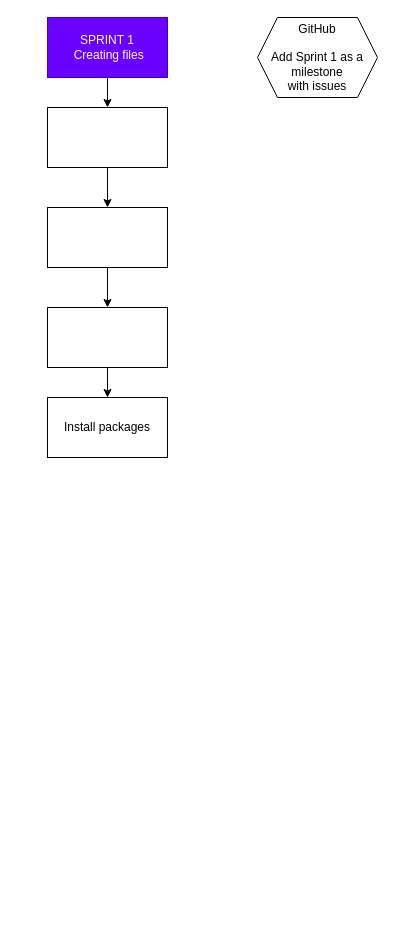
Above: sprint1.drawio in SchoolOfCode/socs-front-end-wipit (draw.io), before the change. Source tidied: cells renumbered, new cells numbered last; positions are measured from the earlier drawing's top-left corner, leaving out a move shared by most shapes. Both pictures are drawn from the tidied source at 100%, with x=0, y=0 at pixel (47, 17).
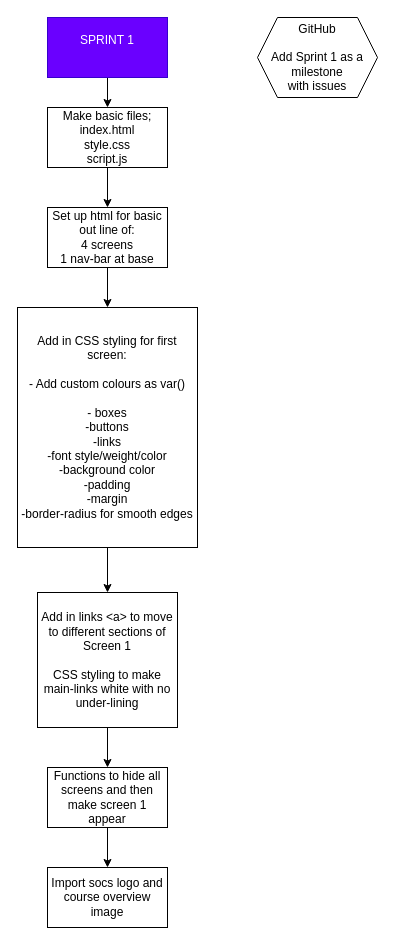
Above is the later version.

Diff of the diagram source:
```diff
@@
 <mxGraphModel>
   <root>
     <mxCell id="0" />
     <mxCell id="1" parent="0" />
     <mxCell id="2" style="edgeStyle=none;html=1;" parent="1" edge="1" source="3" target="5">
       <mxGeometry relative="1" as="geometry" />
     </mxCell>
-    <mxCell id="3" value="SPRINT 1&lt;br&gt;&amp;nbsp;Creating files" style="rounded=0;whiteSpace=wrap;html=1;fillColor=#6a00ff;fontColor=#ffffff;strokeColor=#3700CC;" parent="1" vertex="1">
+    <mxCell id="3" value="SPRINT 1&lt;br&gt;&amp;nbsp;" style="rounded=0;whiteSpace=wrap;html=1;fillColor=#6a00ff;fontColor=#ffffff;strokeColor=#3700CC;" parent="1" vertex="1">
       <mxGeometry width="120" height="60" as="geometry" />
     </mxCell>
     <mxCell id="4" style="edgeStyle=none;html=1;entryX=0.5;entryY=0;entryDx=0;entryDy=0;" parent="1" edge="1" source="5" target="7">
       <mxGeometry relative="1" as="geometry" />
     </mxCell>
-    <mxCell id="5" style="rounded=0;whiteSpace=wrap;html=1;" parent="1" vertex="1">
+    <mxCell id="5" value="Make basic files;&lt;br&gt;index.html&lt;br&gt;style.css&lt;br&gt;script.js" style="rounded=0;whiteSpace=wrap;html=1;" parent="1" vertex="1">
       <mxGeometry y="90" width="120" height="60" as="geometry" />
     </mxCell>
     <mxCell id="6" style="edgeStyle=none;html=1;" parent="1" edge="1" source="7" target="9">
       <mxGeometry relative="1" as="geometry" />
     </mxCell>
-    <mxCell id="7" style="rounded=0;whiteSpace=wrap;html=1;" parent="1" vertex="1">
+    <mxCell id="7" value="Set up html for basic out line of:&lt;br&gt;4 screens&lt;br&gt;1 nav-bar at base" style="rounded=0;whiteSpace=wrap;html=1;" parent="1" vertex="1">
       <mxGeometry y="190" width="120" height="60" as="geometry" />
     </mxCell>
-    <mxCell id="8" style="edgeStyle=none;html=1;" parent="1" edge="1" source="9" target="11">
-      <mxGeometry relative="1" as="geometry" />
+    <mxCell id="8" style="edgeStyle=none;html=1;" parent="1" edge="1" source="9">
+      <mxGeometry relative="1" as="geometry">
+        <mxPoint x="65" y="420" as="targetPoint" />
+      </mxGeometry>
     </mxCell>
+    <mxCell id="12" style="edgeStyle=none;html=1;" parent="1" edge="1" source="9" target="14">
+      <mxGeometry relative="1" as="geometry" />
+    </mxCell>
-    <mxCell id="9" style="whiteSpace=wrap;html=1;rounded=0;" parent="1" vertex="1">
-      <mxGeometry y="290" width="120" height="60" as="geometry" />
+    <mxCell id="9" value="Add in CSS styling for first screen:&lt;br&gt;&lt;br&gt;- Add custom colours as var()&lt;br&gt;&lt;br&gt;- boxes&lt;br&gt;-buttons&lt;br&gt;-links&lt;br&gt;-font style/weight/color&lt;br&gt;-background color&lt;br&gt;-padding&lt;br&gt;-margin&lt;br&gt;-border-radius for smooth edges" style="whiteSpace=wrap;html=1;rounded=0;" parent="1" vertex="1">
+      <mxGeometry x="-30" y="290" width="180" height="240" as="geometry" />
     </mxCell>
     <mxCell id="10" value="GitHub&lt;br&gt;&lt;br&gt;Add Sprint 1 as a milestone&lt;br&gt;with issues" style="shape=hexagon;perimeter=hexagonPerimeter2;whiteSpace=wrap;html=1;fixedSize=1;" parent="1" vertex="1">
       <mxGeometry x="210" width="120" height="80" as="geometry" />
     </mxCell>
-    <mxCell id="11" value="Install packages" style="rounded=0;whiteSpace=wrap;html=1;" parent="1" vertex="1">
-      <mxGeometry y="380" width="120" height="60" as="geometry" />
-    </mxCell>
+    <mxCell id="13" style="edgeStyle=none;html=1;" parent="1" edge="1" source="14" target="16">
+      <mxGeometry relative="1" as="geometry" />
+    </mxCell>
+    <mxCell id="14" value="Add in links &amp;lt;a&amp;gt; to move to different sections of Screen 1&lt;br&gt;&lt;br&gt;CSS styling to make main-links white with no under-lining" style="rounded=0;whiteSpace=wrap;html=1;" parent="1" vertex="1">
+      <mxGeometry x="-10" y="575" width="140" height="135" as="geometry" />
+    </mxCell>
+    <mxCell id="15" style="edgeStyle=none;html=1;" parent="1" edge="1" source="16" target="17">
+      <mxGeometry relative="1" as="geometry" />
+    </mxCell>
+    <mxCell id="16" value="Functions to hide all screens and then make screen 1 appear" style="rounded=0;whiteSpace=wrap;html=1;" parent="1" vertex="1">
+      <mxGeometry y="750" width="120" height="60" as="geometry" />
+    </mxCell>
+    <mxCell id="17" value="Import socs logo and course overview image" style="rounded=0;whiteSpace=wrap;html=1;" parent="1" vertex="1">
+      <mxGeometry y="850" width="120" height="60" as="geometry" />
+    </mxCell>
   </root>
 </mxGraphModel>
```
